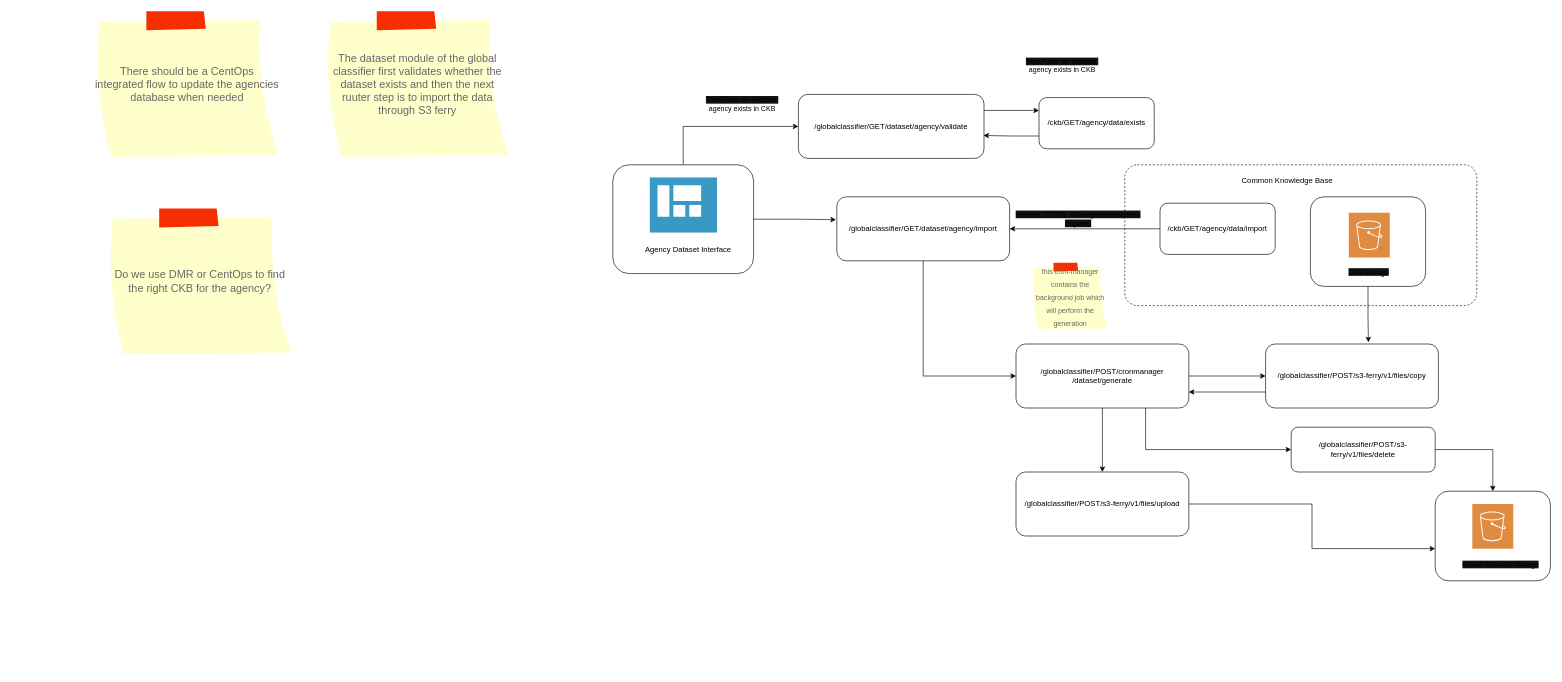
rootcodelabs/Global-Classifier keeps this draw.io diagram as page "Dataset-Create-Flow" (1 of 2) of docs/achitecture/global-classifier-dataset-pipeline-architecture.drawio. Above is the earlier version. Source tidied: cells renumbered, new cells numbered last; positions are measured from the earlier drawing's top-left corner, leaving out a move shared by most shapes. Both pictures are drawn from the tidied source at 64%, with x=0, y=0 at pixel (94, 11).
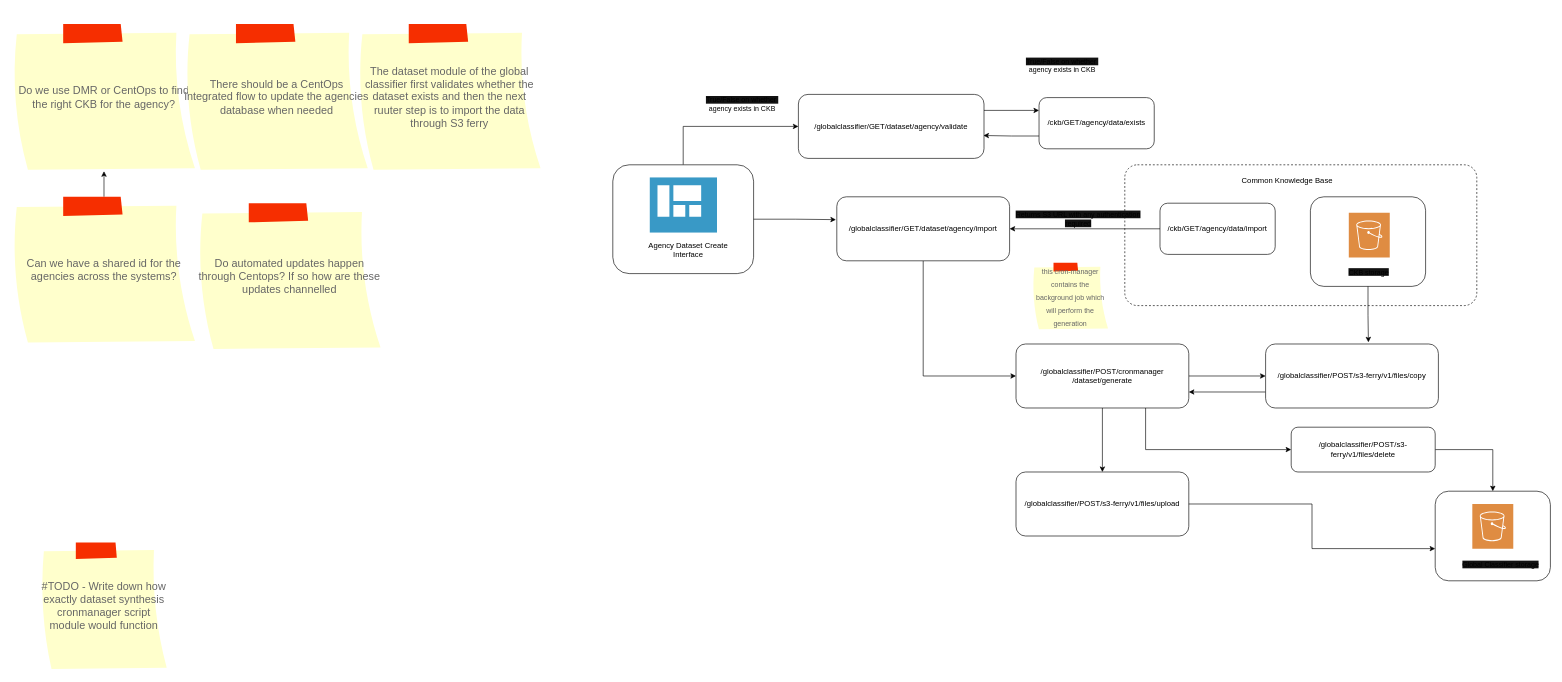
The same page after the edit.

What changed in the source:
```diff
@@
-    <mxCell id="8" value="Agency Dataset Interface" style="text;html=1;align=center;verticalAlign=middle;whiteSpace=wrap;rounded=0;" parent="1" vertex="1">
+    <mxCell id="8" value="Agency Dataset Create Interface" style="text;html=1;align=center;verticalAlign=middle;whiteSpace=wrap;rounded=0;" parent="1" vertex="1">
       <mxGeometry x="857.5" y="356.5" width="139.6" height="33.5" as="geometry" />
     </mxCell>
@@
     <mxCell id="13" value="The dataset module of the global classifier first validates whether the dataset exists and then the next ruuter step is to import the data through S3 ferry" style="strokeWidth=1;shadow=0;dashed=0;align=center;html=1;shape=mxgraph.mockup.text.stickyNote2;fontColor=#666666;mainText=;fontSize=17;whiteSpace=wrap;fillColor=#ffffcc;strokeColor=#F62E00;" parent="1" vertex="1">
-      <mxGeometry x="360" width="290" height="230" as="geometry" />
+      <mxGeometry x="410" y="20" width="290" height="230" as="geometry" />
     </mxCell>
@@
     <mxCell id="18" value="Do we use DMR or CentOps to find the right CKB for the agency?" style="strokeWidth=1;shadow=0;dashed=0;align=center;html=1;shape=mxgraph.mockup.text.stickyNote2;fontColor=#666666;mainText=;fontSize=17;whiteSpace=wrap;fillColor=#ffffcc;strokeColor=#F62E00;" parent="1" vertex="1">
-      <mxGeometry x="20" y="308.2" width="290" height="230" as="geometry" />
+      <mxGeometry x="-130" y="20" width="290" height="230" as="geometry" />
     </mxCell>
     <mxCell id="19" value="There should be a CentOps integrated flow to update the agencies database when needed" style="strokeWidth=1;shadow=0;dashed=0;align=center;html=1;shape=mxgraph.mockup.text.stickyNote2;fontColor=#666666;mainText=;fontSize=17;whiteSpace=wrap;fillColor=#ffffcc;strokeColor=#F62E00;" parent="1" vertex="1">
-      <mxGeometry width="290" height="230" as="geometry" />
+      <mxGeometry x="140" y="20" width="290" height="230" as="geometry" />
     </mxCell>
@@
+    <mxCell id="41" style="edgeStyle=orthogonalEdgeStyle;rounded=0;jettySize=auto;html=1;" parent="1" edge="1" source="42" target="18">
+      <mxGeometry relative="1" as="geometry" />
+    </mxCell>
+    <mxCell id="42" value="Can we have a shared id for the agencies across the systems?" style="strokeWidth=1;shadow=0;dashed=0;align=center;html=1;shape=mxgraph.mockup.text.stickyNote2;fontColor=#666666;mainText=;fontSize=17;whiteSpace=wrap;fillColor=#ffffcc;strokeColor=#F62E00;" parent="1" vertex="1">
+      <mxGeometry x="-130" y="290" width="290" height="230" as="geometry" />
+    </mxCell>
+    <mxCell id="43" value="Do automated updates happen&lt;div&gt;through Centops? If so how are these updates channelled&lt;/div&gt;" style="strokeWidth=1;shadow=0;dashed=0;align=center;html=1;shape=mxgraph.mockup.text.stickyNote2;fontColor=#666666;mainText=;fontSize=17;whiteSpace=wrap;fillColor=#ffffcc;strokeColor=#F62E00;" parent="1" vertex="1">
+      <mxGeometry x="160" y="300" width="290" height="230" as="geometry" />
+    </mxCell>
+    <mxCell id="44" value="#TODO - Write down how exactly dataset synthesis cronmanager script module would function" style="strokeWidth=1;shadow=0;dashed=0;align=center;html=1;shape=mxgraph.mockup.text.stickyNote2;fontColor=#666666;mainText=;fontSize=17;whiteSpace=wrap;fillColor=#ffffcc;strokeColor=#F62E00;" parent="1" vertex="1">
+      <mxGeometry x="-85" y="830" width="200" height="200" as="geometry" />
+    </mxCell>
```
